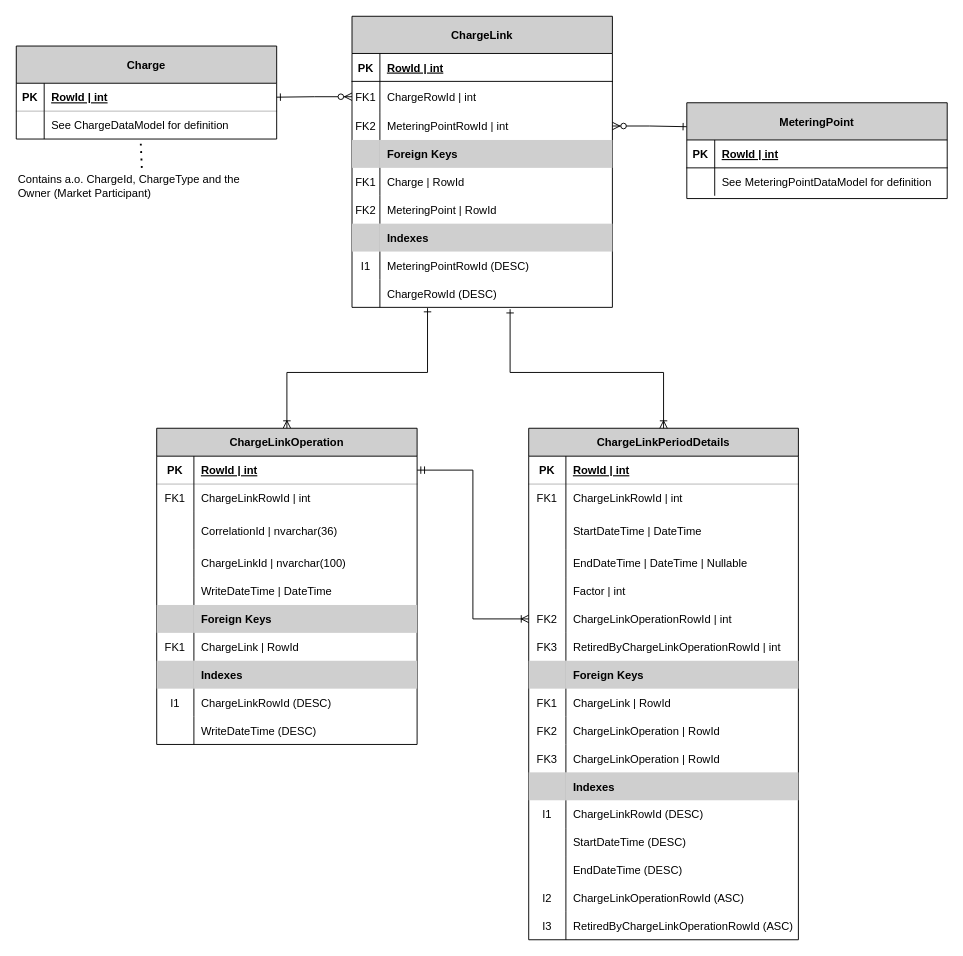
Energinet-DataHub/ARCHIVED-geh-charges keeps this draw.io diagram as docs/data-models/ChargeLinkDataModel.drawio. Above is the earlier version. Source tidied: cells renumbered, new cells numbered last; positions are measured from the earlier drawing's top-left corner, leaving out a move shared by most shapes. Both pictures are drawn from the tidied source at 93%, with x=0, y=0 at pixel (16, 16).
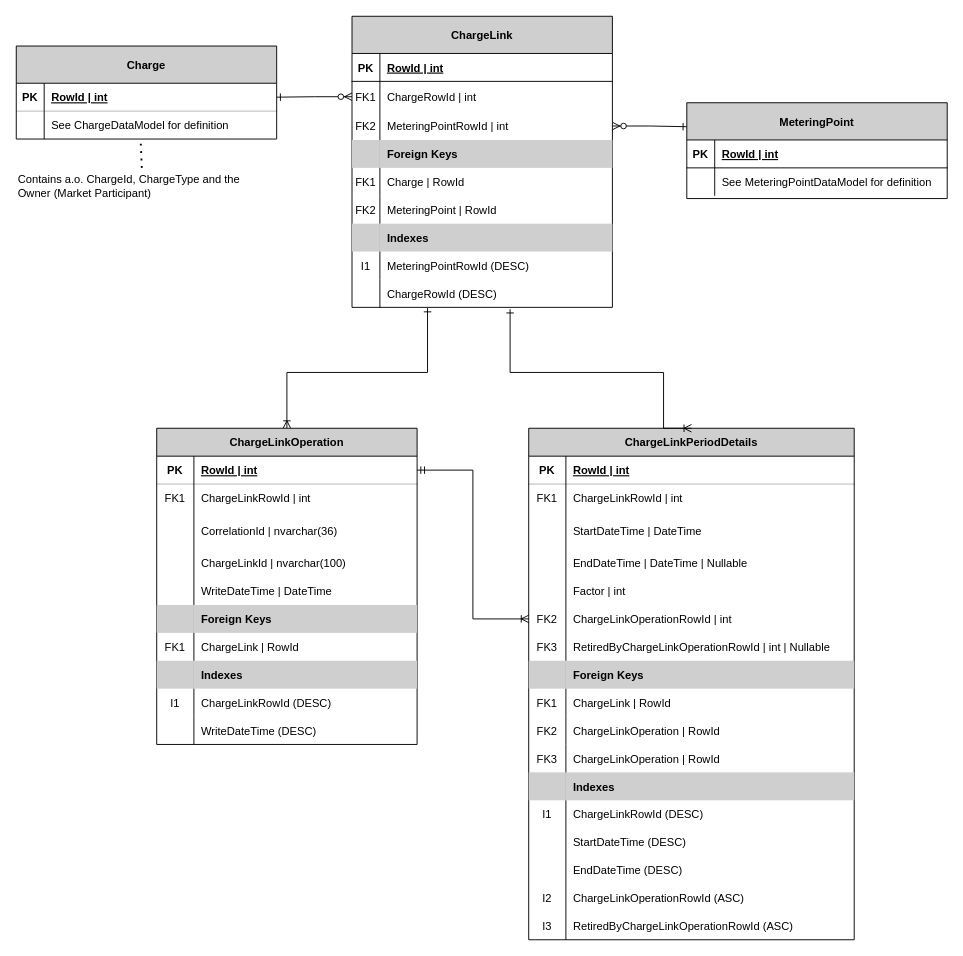
The same page after the edit.

Commit message (it also covers changes not shown here):
Added nullable to RetiredByChargeLinkOp in data model

Change to the diagram source:
```diff
@@
     <mxCell id="78" value="ChargeLinkPeriodDetails" style="shape=table;startSize=30;childLayout=tableLayout;rowLines=0;fontStyle=1;align=center;fillColor=#CFCFCF;" parent="1" vertex="1">
-      <mxGeometry x="551" y="443" width="290" height="550" as="geometry" />
+      <mxGeometry x="551" y="443" width="350" height="550" as="geometry" />
     </mxCell>
     <mxCell id="79" style="shape=partialRectangle;fillColor=none;top=0;left=0;bottom=1;right=0;textOpacity=30;opacity=30;" parent="78" vertex="1">
-      <mxGeometry y="30" width="290" height="30" as="geometry" />
+      <mxGeometry y="30" width="350" height="30" as="geometry" />
     </mxCell>
@@
     <mxCell id="81" value="RowId | int" style="shape=partialRectangle;fillColor=none;top=0;left=0;bottom=0;right=0;align=left;spacingLeft=6;fontStyle=5;overflow=hidden;opacity=30;" parent="79" vertex="1">
-      <mxGeometry x="40" width="250" height="30" as="geometry" />
+      <mxGeometry x="40" width="310" height="30" as="geometry" />
     </mxCell>
     <mxCell id="82" style="shape=partialRectangle;fillColor=none;top=0;left=0;bottom=0;right=0;textOpacity=30;opacity=30;" parent="78" vertex="1">
-      <mxGeometry y="60" width="290" height="30" as="geometry" />
+      <mxGeometry y="60" width="350" height="30" as="geometry" />
     </mxCell>
@@
     <mxCell id="84" value="ChargeLinkRowId | int" style="shape=partialRectangle;fillColor=none;top=0;left=0;bottom=0;right=0;align=left;spacingLeft=6;overflow=hidden;opacity=30;" parent="82" vertex="1">
-      <mxGeometry x="40" width="250" height="30" as="geometry" />
+      <mxGeometry x="40" width="310" height="30" as="geometry" />
     </mxCell>
     <mxCell id="85" style="shape=partialRectangle;fillColor=none;top=0;left=0;bottom=0;right=0;textOpacity=30;opacity=30;" parent="78" vertex="1">
-      <mxGeometry y="90" width="290" height="40" as="geometry" />
+      <mxGeometry y="90" width="350" height="40" as="geometry" />
     </mxCell>
@@
     <mxCell id="87" value="StartDateTime | DateTime" style="shape=partialRectangle;fillColor=none;top=0;left=0;bottom=0;right=0;align=left;spacingLeft=6;overflow=hidden;opacity=30;" parent="85" vertex="1">
-      <mxGeometry x="40" width="250" height="40" as="geometry" />
+      <mxGeometry x="40" width="310" height="40" as="geometry" />
     </mxCell>
     <mxCell id="88" style="shape=partialRectangle;fillColor=none;top=0;left=0;bottom=0;right=0;textOpacity=30;opacity=30;" parent="78" vertex="1">
-      <mxGeometry y="130" width="290" height="30" as="geometry" />
+      <mxGeometry y="130" width="350" height="30" as="geometry" />
     </mxCell>
@@
     <mxCell id="90" value="EndDateTime | DateTime | Nullable" style="shape=partialRectangle;fillColor=none;top=0;left=0;bottom=0;right=0;align=left;spacingLeft=6;overflow=hidden;opacity=30;" parent="88" vertex="1">
-      <mxGeometry x="40" width="250" height="30" as="geometry" />
+      <mxGeometry x="40" width="310" height="30" as="geometry" />
     </mxCell>
     <mxCell id="91" style="shape=partialRectangle;fillColor=none;top=0;left=0;bottom=0;right=0;textOpacity=30;opacity=30;" parent="78" vertex="1">
-      <mxGeometry y="160" width="290" height="30" as="geometry" />
+      <mxGeometry y="160" width="350" height="30" as="geometry" />
     </mxCell>
@@
     <mxCell id="93" value="Factor | int" style="shape=partialRectangle;fillColor=none;top=0;left=0;bottom=0;right=0;align=left;spacingLeft=6;overflow=hidden;opacity=30;" parent="91" vertex="1">
-      <mxGeometry x="40" width="250" height="30" as="geometry" />
+      <mxGeometry x="40" width="310" height="30" as="geometry" />
     </mxCell>
     <mxCell id="94" style="shape=partialRectangle;fillColor=none;top=0;left=0;bottom=0;right=0;points=[[0,0.5],[1,0.5]];portConstraint=eastwest;fontStyle=1;textOpacity=30;opacity=30;" parent="78" vertex="1">
-      <mxGeometry y="190" width="290" height="30" as="geometry" />
+      <mxGeometry y="190" width="350" height="30" as="geometry" />
     </mxCell>
@@
     <mxCell id="96" value="ChargeLinkOperationRowId | int" style="shape=partialRectangle;top=0;left=0;bottom=0;right=0;align=left;spacingLeft=6;overflow=hidden;fontStyle=0;opacity=30;fillColor=none;" parent="94" vertex="1">
-      <mxGeometry x="40" width="250" height="30" as="geometry" />
+      <mxGeometry x="40" width="310" height="30" as="geometry" />
     </mxCell>
     <mxCell id="97" style="shape=partialRectangle;fillColor=none;top=0;left=0;bottom=0;right=0;fontStyle=1;textOpacity=30;opacity=30;" parent="78" vertex="1">
-      <mxGeometry y="220" width="290" height="30" as="geometry" />
+      <mxGeometry y="220" width="350" height="30" as="geometry" />
     </mxCell>
@@
-    <mxCell id="99" value="RetiredByChargeLinkOperationRowId | int" style="shape=partialRectangle;top=0;left=0;bottom=0;right=0;align=left;spacingLeft=6;overflow=hidden;fontStyle=0;strokeColor=#d6b656;fillColor=none;" parent="97" vertex="1">
-      <mxGeometry x="40" width="250" height="30" as="geometry" />
+    <mxCell id="99" value="RetiredByChargeLinkOperationRowId | int | Nullable" style="shape=partialRectangle;top=0;left=0;bottom=0;right=0;align=left;spacingLeft=6;overflow=hidden;fontStyle=0;strokeColor=#d6b656;fillColor=none;" parent="97" vertex="1">
+      <mxGeometry x="40" width="310" height="30" as="geometry" />
     </mxCell>
     <mxCell id="100" style="shape=partialRectangle;fillColor=none;top=0;left=0;bottom=0;right=0;fontStyle=1;textOpacity=30;opacity=30;" parent="78" vertex="1">
-      <mxGeometry y="250" width="290" height="30" as="geometry" />
+      <mxGeometry y="250" width="350" height="30" as="geometry" />
     </mxCell>
@@
     <mxCell id="102" value="Foreign Keys" style="shape=partialRectangle;top=0;left=0;bottom=0;right=0;align=left;spacingLeft=6;overflow=hidden;fontStyle=1;fillColor=#CFCFCF;" parent="100" vertex="1">
-      <mxGeometry x="40" width="250" height="30" as="geometry" />
+      <mxGeometry x="40" width="310" height="30" as="geometry" />
     </mxCell>
     <mxCell id="103" style="shape=partialRectangle;fillColor=none;top=0;left=0;bottom=0;right=0;textOpacity=30;opacity=30;" parent="78" vertex="1">
-      <mxGeometry y="280" width="290" height="30" as="geometry" />
+      <mxGeometry y="280" width="350" height="30" as="geometry" />
     </mxCell>
@@
     <mxCell id="105" value="ChargeLink | RowId" style="shape=partialRectangle;fillColor=none;top=0;left=0;bottom=0;right=0;align=left;spacingLeft=6;overflow=hidden;opacity=30;" parent="103" vertex="1">
-      <mxGeometry x="40" width="250" height="30" as="geometry" />
+      <mxGeometry x="40" width="310" height="30" as="geometry" />
     </mxCell>
     <mxCell id="106" style="shape=partialRectangle;fillColor=none;top=0;left=0;bottom=0;right=0;textOpacity=30;opacity=30;" parent="78" vertex="1">
-      <mxGeometry y="310" width="290" height="30" as="geometry" />
+      <mxGeometry y="310" width="350" height="30" as="geometry" />
     </mxCell>
@@
     <mxCell id="108" value="ChargeLinkOperation | RowId" style="shape=partialRectangle;fillColor=none;top=0;left=0;bottom=0;right=0;align=left;spacingLeft=6;overflow=hidden;opacity=30;" parent="106" vertex="1">
-      <mxGeometry x="40" width="250" height="30" as="geometry" />
+      <mxGeometry x="40" width="310" height="30" as="geometry" />
     </mxCell>
     <mxCell id="109" style="shape=partialRectangle;fillColor=none;top=0;left=0;bottom=0;right=0;textOpacity=30;opacity=30;" parent="78" vertex="1">
-      <mxGeometry y="340" width="290" height="30" as="geometry" />
+      <mxGeometry y="340" width="350" height="30" as="geometry" />
     </mxCell>
@@
     <mxCell id="111" value="ChargeLinkOperation | RowId" style="shape=partialRectangle;fillColor=none;top=0;left=0;bottom=0;right=0;align=left;spacingLeft=6;overflow=hidden;opacity=30;" parent="109" vertex="1">
-      <mxGeometry x="40" width="250" height="30" as="geometry" />
+      <mxGeometry x="40" width="310" height="30" as="geometry" />
     </mxCell>
     <mxCell id="112" style="shape=partialRectangle;fillColor=none;top=0;left=0;bottom=0;right=0;textOpacity=30;opacity=30;" parent="78" vertex="1">
-      <mxGeometry y="370" width="290" height="30" as="geometry" />
+      <mxGeometry y="370" width="350" height="30" as="geometry" />
     </mxCell>
@@
     <mxCell id="114" value="Indexes" style="shape=partialRectangle;top=0;left=0;bottom=0;right=0;align=left;spacingLeft=6;overflow=hidden;fillColor=#CFCFCF;fontStyle=1;" parent="112" vertex="1">
-      <mxGeometry x="40" width="250" height="30" as="geometry" />
+      <mxGeometry x="40" width="310" height="30" as="geometry" />
     </mxCell>
     <mxCell id="115" style="shape=partialRectangle;fillColor=none;top=0;left=0;bottom=0;right=0;textOpacity=30;opacity=30;" parent="78" vertex="1">
-      <mxGeometry y="400" width="290" height="30" as="geometry" />
+      <mxGeometry y="400" width="350" height="30" as="geometry" />
     </mxCell>
@@
     <mxCell id="117" value="ChargeLinkRowId (DESC)" style="shape=partialRectangle;fillColor=none;top=0;left=0;bottom=0;right=0;align=left;spacingLeft=6;overflow=hidden;opacity=30;" parent="115" vertex="1">
-      <mxGeometry x="40" width="250" height="30" as="geometry" />
+      <mxGeometry x="40" width="310" height="30" as="geometry" />
     </mxCell>
     <mxCell id="118" style="shape=partialRectangle;fillColor=none;top=0;left=0;bottom=0;right=0;textOpacity=30;opacity=30;" parent="78" vertex="1">
-      <mxGeometry y="430" width="290" height="30" as="geometry" />
+      <mxGeometry y="430" width="350" height="30" as="geometry" />
     </mxCell>
@@
     <mxCell id="120" value="StartDateTime (DESC)" style="shape=partialRectangle;fillColor=none;top=0;left=0;bottom=0;right=0;align=left;spacingLeft=6;overflow=hidden;opacity=30;" parent="118" vertex="1">
-      <mxGeometry x="40" width="250" height="30" as="geometry" />
+      <mxGeometry x="40" width="310" height="30" as="geometry" />
     </mxCell>
     <mxCell id="121" style="shape=partialRectangle;fillColor=none;top=0;left=0;bottom=0;right=0;textOpacity=30;opacity=30;" parent="78" vertex="1">
-      <mxGeometry y="460" width="290" height="30" as="geometry" />
+      <mxGeometry y="460" width="350" height="30" as="geometry" />
     </mxCell>
@@
     <mxCell id="123" value="EndDateTime (DESC)" style="shape=partialRectangle;fillColor=none;top=0;left=0;bottom=0;right=0;align=left;spacingLeft=6;overflow=hidden;opacity=30;" parent="121" vertex="1">
-      <mxGeometry x="40" width="250" height="30" as="geometry" />
+      <mxGeometry x="40" width="310" height="30" as="geometry" />
     </mxCell>
     <mxCell id="124" style="shape=partialRectangle;fillColor=none;top=0;left=0;bottom=0;right=0;textOpacity=30;opacity=30;" parent="78" vertex="1">
-      <mxGeometry y="490" width="290" height="30" as="geometry" />
+      <mxGeometry y="490" width="350" height="30" as="geometry" />
     </mxCell>
@@
     <mxCell id="126" value="ChargeLinkOperationRowId (ASC)" style="shape=partialRectangle;fillColor=none;top=0;left=0;bottom=0;right=0;align=left;spacingLeft=6;overflow=hidden;opacity=30;" parent="124" vertex="1">
-      <mxGeometry x="40" width="250" height="30" as="geometry" />
+      <mxGeometry x="40" width="310" height="30" as="geometry" />
     </mxCell>
     <mxCell id="127" style="shape=partialRectangle;fillColor=none;top=0;left=0;bottom=0;right=0;textOpacity=30;opacity=30;" parent="78" vertex="1">
-      <mxGeometry y="520" width="290" height="30" as="geometry" />
+      <mxGeometry y="520" width="350" height="30" as="geometry" />
     </mxCell>
@@
     <mxCell id="129" value="RetiredByChargeLinkOperationRowId (ASC)" style="shape=partialRectangle;fillColor=none;top=0;left=0;bottom=0;right=0;align=left;spacingLeft=6;overflow=hidden;opacity=30;" parent="127" vertex="1">
-      <mxGeometry x="40" width="250" height="30" as="geometry" />
+      <mxGeometry x="40" width="310" height="30" as="geometry" />
     </mxCell>
```
